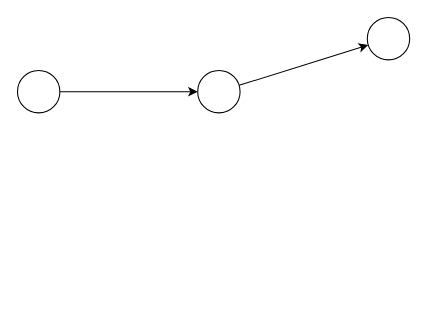
Earlier version of the draw.io diagram Untitled Diagram.drawio (clappfix/hello-world). Source tidied: cells renumbered, new cells numbered last; positions are measured from the earlier drawing's top-left corner, leaving out a move shared by most shapes. Both pictures are drawn from the tidied source at 106%, with x=0, y=0 at pixel (17, 17).
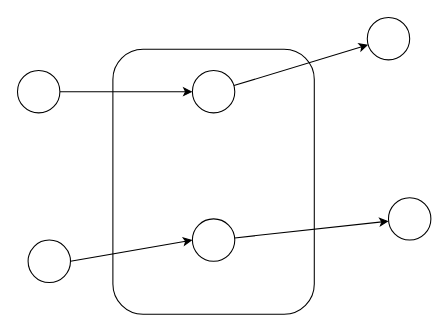
The same page after the edit.

What changed in the source:
```diff
@@
 <mxGraphModel>
   <root>
     <mxCell id="0" />
     <mxCell id="1" parent="0" />
+    <mxCell id="7" style="rounded=1;whiteSpace=wrap;html=1;fillColor=none;" parent="1" vertex="1">
+      <mxGeometry x="90" y="30" width="190" height="250" as="geometry" />
+    </mxCell>
     <mxCell id="2" style="rounded=0;jettySize=auto;html=1;exitX=1;exitY=0.5;exitDx=0;exitDy=0;entryX=0;entryY=0.5;entryDx=0;entryDy=0;" parent="1" edge="1" source="3" target="5">
       <mxGeometry relative="1" as="geometry" />
     </mxCell>
     <mxCell id="3" style="ellipse;whiteSpace=wrap;html=1;" parent="1" vertex="1">
       <mxGeometry y="50" width="40" height="40" as="geometry" />
     </mxCell>
     <mxCell id="4" style="rounded=0;jettySize=auto;html=1;" parent="1" edge="1" source="5" target="6">
       <mxGeometry relative="1" as="geometry" />
     </mxCell>
     <mxCell id="5" style="ellipse;whiteSpace=wrap;html=1;" parent="1" vertex="1">
-      <mxGeometry x="170" y="50" width="40" height="40" as="geometry" />
+      <mxGeometry x="165" y="50" width="40" height="40" as="geometry" />
     </mxCell>
     <mxCell id="6" style="ellipse;whiteSpace=wrap;html=1;" parent="1" vertex="1">
       <mxGeometry x="330" width="40" height="40" as="geometry" />
     </mxCell>
+    <mxCell id="8" style="rounded=0;jettySize=auto;html=1;exitX=1;exitY=0.5;exitDx=0;exitDy=0;entryX=0;entryY=0.5;entryDx=0;entryDy=0;" parent="1" edge="1" source="9" target="11">
+      <mxGeometry relative="1" as="geometry" />
+    </mxCell>
+    <mxCell id="9" style="ellipse;whiteSpace=wrap;html=1;" parent="1" vertex="1">
+      <mxGeometry x="10" y="210" width="40" height="40" as="geometry" />
+    </mxCell>
+    <mxCell id="10" style="rounded=0;jettySize=auto;html=1;" parent="1" edge="1" source="11" target="12">
+      <mxGeometry relative="1" as="geometry" />
+    </mxCell>
+    <mxCell id="11" style="ellipse;whiteSpace=wrap;html=1;" parent="1" vertex="1">
+      <mxGeometry x="165" y="190" width="40" height="40" as="geometry" />
+    </mxCell>
+    <mxCell id="12" style="ellipse;whiteSpace=wrap;html=1;" parent="1" vertex="1">
+      <mxGeometry x="350" y="170" width="40" height="40" as="geometry" />
+    </mxCell>
   </root>
 </mxGraphModel>
```
